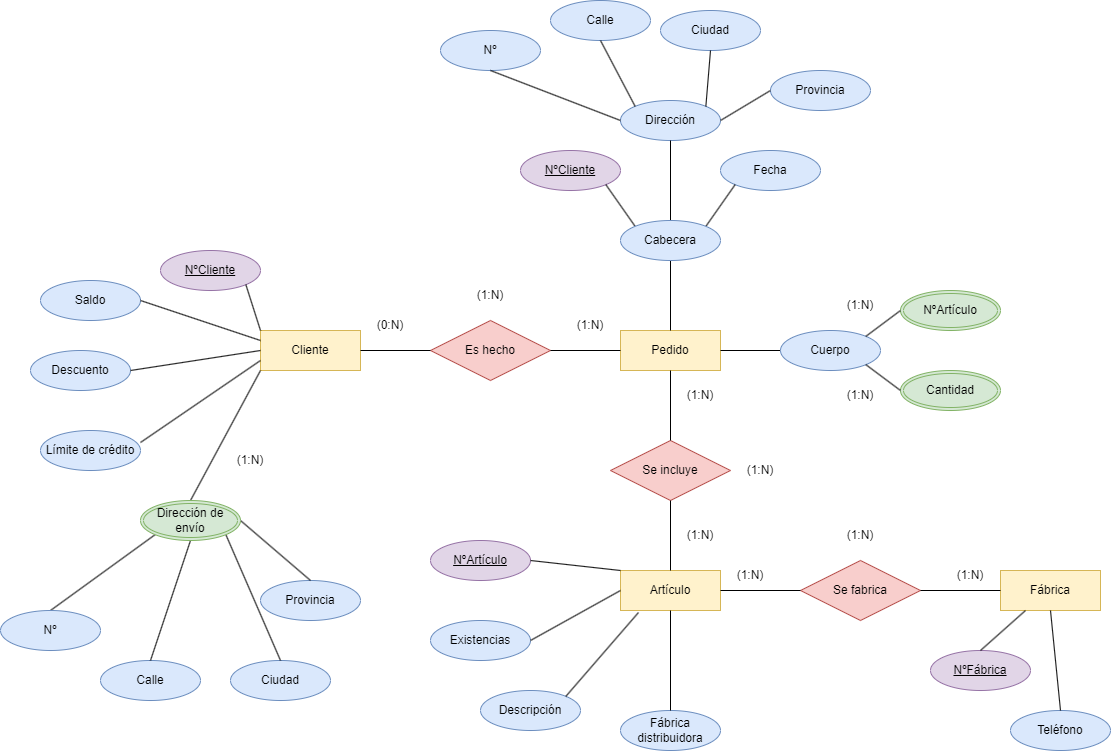
The draw.io diagram IMG/Sistema de artículos - Encargo.drawio.png in samugd17/base-datos-bae-, before a commit. Source tidied: cells renumbered, new cells last; positions are measured from the earlier drawing's top-left corner, leaving out a move shared by most shapes.
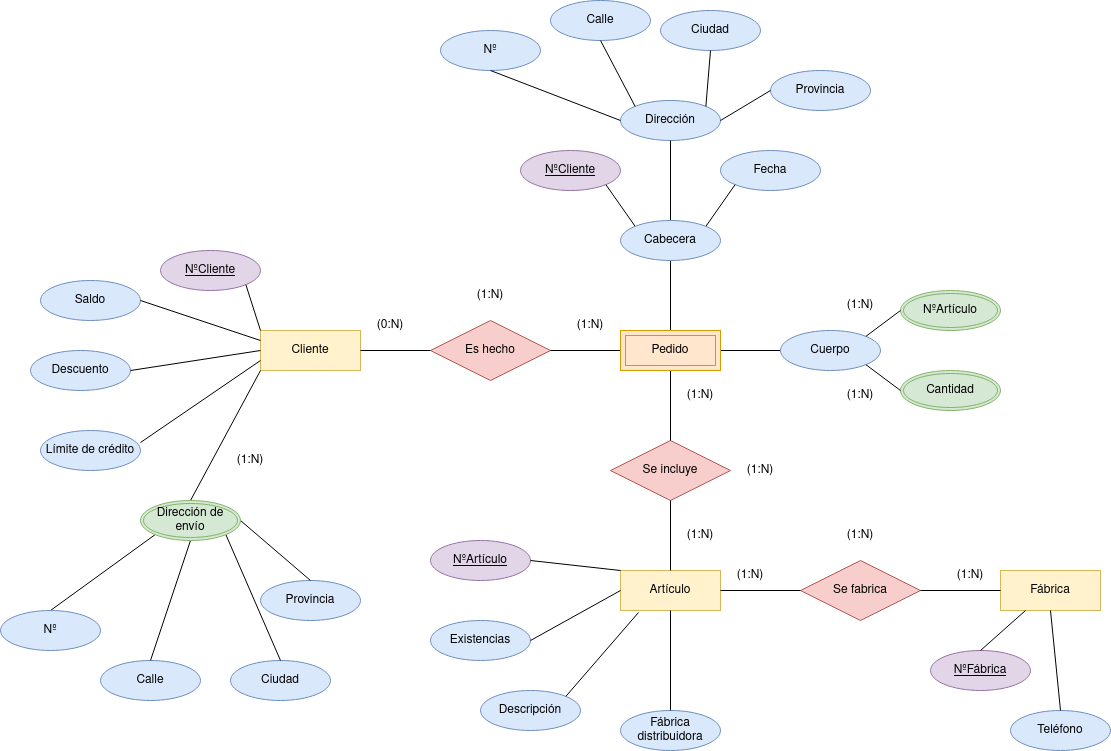
Above is the later version.

Diff of the diagram source:
```diff
@@ -8,9 +8,6 @@
     <mxCell id="3" value="Artículo" style="whiteSpace=wrap;html=1;align=center;fillColor=#fff2cc;strokeColor=#d6b656;" parent="1" vertex="1">
       <mxGeometry x="620" y="570" width="100" height="40" as="geometry" />
     </mxCell>
-    <mxCell id="4" value="Pedido" style="whiteSpace=wrap;html=1;align=center;fillColor=#fff2cc;strokeColor=#d6b656;" parent="1" vertex="1">
-      <mxGeometry x="620" y="330" width="100" height="40" as="geometry" />
-    </mxCell>
     <mxCell id="5" value="Fábrica" style="whiteSpace=wrap;html=1;align=center;fillColor=#fff2cc;strokeColor=#d6b656;" parent="1" vertex="1">
       <mxGeometry x="1000" y="570" width="100" height="40" as="geometry" />
     </mxCell>
@@ -161,10 +158,10 @@
     <mxCell id="54" value="Dirección de envío" style="ellipse;shape=doubleEllipse;margin=3;whiteSpace=wrap;html=1;align=center;fillColor=#d5e8d4;strokeColor=#82b366;" parent="1" vertex="1">
       <mxGeometry x="140" y="500" width="100" height="40" as="geometry" />
     </mxCell>
-    <mxCell id="55" style="endArrow=none;html=1;rounded=0;entryX=0.5;entryY=0;entryDx=0;entryDy=0;exitX=0.5;exitY=1;exitDx=0;exitDy=0;" parent="1" edge="1" source="72" target="4">
+    <mxCell id="55" style="endArrow=none;html=1;rounded=0;exitX=0.5;exitY=1;exitDx=0;exitDy=0;entryX=0.5;entryY=0;entryDx=0;entryDy=0;" parent="1" edge="1" source="72" target="4">
       <mxGeometry relative="1" as="geometry" />
     </mxCell>
-    <mxCell id="56" style="endArrow=none;html=1;rounded=0;entryX=1;entryY=0.5;entryDx=0;entryDy=0;exitX=0;exitY=0.5;exitDx=0;exitDy=0;" parent="1" edge="1" source="71" target="4">
+    <mxCell id="56" style="endArrow=none;html=1;rounded=0;exitX=0;exitY=0.5;exitDx=0;exitDy=0;entryX=1;entryY=0.5;entryDx=0;entryDy=0;" parent="1" edge="1" source="71" target="4">
       <mxGeometry relative="1" as="geometry" />
     </mxCell>
     <mxCell id="57" value="Dirección" style="ellipse;whiteSpace=wrap;html=1;align=center;fillColor=#dae8fc;strokeColor=#6c8ebf;" parent="1" vertex="1">
@@ -233,5 +230,8 @@
     <mxCell id="78" value="(1:N)" style="text;html=1;strokeColor=none;fillColor=none;align=center;verticalAlign=middle;whiteSpace=wrap;rounded=0;" parent="1" vertex="1">
       <mxGeometry x="830" y="380" width="60" height="30" as="geometry" />
     </mxCell>
+    <mxCell id="4" value="Pedido" style="shape=ext;margin=3;double=1;whiteSpace=wrap;html=1;align=center;fillColor=#ffe6cc;strokeColor=#d79b00;" parent="1" vertex="1">
+      <mxGeometry x="620" y="330" width="100" height="40" as="geometry" />
+    </mxCell>
   </root>
 </mxGraphModel>
```
